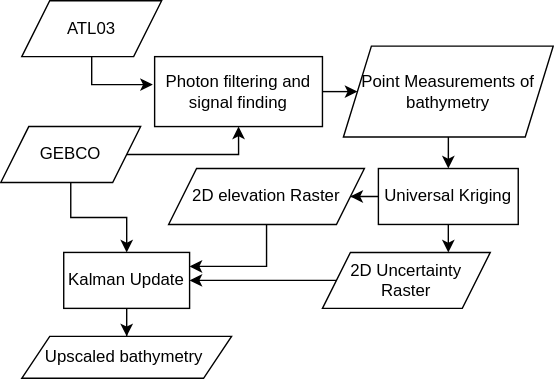
Above: document/figures/drawio/Methodology_overview.drawio.svg in mlinds/thesis (draw.io), before the change. Source tidied: cells renumbered, new cells last; positions are measured from the earlier drawing's top-left corner, leaving out a move shared by most shapes. The source it was exported from:
```xml
<mxGraphModel>
  <root>
    <mxCell id="0" />
    <mxCell id="1" parent="0" />
    <mxCell id="2" style="edgeStyle=orthogonalEdgeStyle;rounded=0;jettySize=auto;html=1;entryX=-0.011;entryY=0.4;entryDx=0;entryDy=0;entryPerimeter=0;" parent="1" edge="1" source="3" target="8">
      <mxGeometry relative="1" as="geometry" />
    </mxCell>
    <mxCell id="3" value="ATL03" style="shape=parallelogram;perimeter=parallelogramPerimeter;whiteSpace=wrap;html=1;fixedSize=1;fontFamily=Helvetica;fontSize=12;fontColor=default;align=center;strokeColor=default;fillColor=default;" parent="1" vertex="1">
      <mxGeometry x="15" width="100" height="40" as="geometry" />
    </mxCell>
    <mxCell id="4" style="edgeStyle=orthogonalEdgeStyle;rounded=0;jettySize=auto;html=1;entryX=0.5;entryY=1;entryDx=0;entryDy=0;" parent="1" edge="1" source="6" target="8">
      <mxGeometry relative="1" as="geometry" />
    </mxCell>
    <mxCell id="5" style="edgeStyle=orthogonalEdgeStyle;rounded=0;jettySize=auto;html=1;" parent="1" edge="1" source="6" target="19">
      <mxGeometry relative="1" as="geometry" />
    </mxCell>
    <mxCell id="6" value="GEBCO" style="shape=parallelogram;perimeter=parallelogramPerimeter;whiteSpace=wrap;html=1;fixedSize=1;fontFamily=Helvetica;fontSize=12;fontColor=default;align=center;strokeColor=default;fillColor=default;" parent="1" vertex="1">
      <mxGeometry y="90" width="100" height="40" as="geometry" />
    </mxCell>
    <mxCell id="7" style="edgeStyle=orthogonalEdgeStyle;rounded=0;jettySize=auto;html=1;exitX=1;exitY=0.5;exitDx=0;exitDy=0;entryX=0;entryY=0.5;entryDx=0;entryDy=0;" parent="1" edge="1" source="8" target="13">
      <mxGeometry relative="1" as="geometry" />
    </mxCell>
    <mxCell id="8" value="Photon filtering and signal finding" style="rounded=0;whiteSpace=wrap;html=1;fontFamily=Helvetica;fontSize=12;fontColor=default;align=center;strokeColor=default;fillColor=default;" parent="1" vertex="1">
      <mxGeometry x="110" y="40" width="120" height="50" as="geometry" />
    </mxCell>
    <mxCell id="9" style="edgeStyle=orthogonalEdgeStyle;rounded=0;jettySize=auto;html=1;exitX=0;exitY=0.5;exitDx=0;exitDy=0;" parent="1" edge="1" source="11" target="15">
      <mxGeometry relative="1" as="geometry" />
    </mxCell>
    <mxCell id="10" style="edgeStyle=orthogonalEdgeStyle;rounded=0;jettySize=auto;html=1;exitX=0.5;exitY=1;exitDx=0;exitDy=0;entryX=0.75;entryY=0;entryDx=0;entryDy=0;" parent="1" edge="1" source="11" target="17">
      <mxGeometry relative="1" as="geometry" />
    </mxCell>
    <mxCell id="11" value="Universal Kriging" style="rounded=0;whiteSpace=wrap;html=1;fontFamily=Helvetica;fontSize=12;fontColor=default;align=center;strokeColor=default;fillColor=default;" parent="1" vertex="1">
      <mxGeometry x="270" y="120" width="100" height="40" as="geometry" />
    </mxCell>
    <mxCell id="12" style="edgeStyle=orthogonalEdgeStyle;rounded=0;jettySize=auto;html=1;entryX=0.5;entryY=0;entryDx=0;entryDy=0;" parent="1" edge="1" source="13" target="11">
      <mxGeometry relative="1" as="geometry" />
    </mxCell>
    <mxCell id="13" value="Point Measurements of bathymetry" style="shape=parallelogram;perimeter=parallelogramPerimeter;whiteSpace=wrap;html=1;fixedSize=1;fontFamily=Helvetica;fontSize=12;fontColor=default;align=center;strokeColor=default;fillColor=default;" parent="1" vertex="1">
      <mxGeometry x="245" y="32.5" width="150" height="65" as="geometry" />
    </mxCell>
    <mxCell id="14" style="edgeStyle=orthogonalEdgeStyle;rounded=0;jettySize=auto;html=1;entryX=1;entryY=0.25;entryDx=0;entryDy=0;" parent="1" edge="1" source="15" target="19">
      <mxGeometry relative="1" as="geometry" />
    </mxCell>
    <mxCell id="15" value="2D elevation Raster" style="shape=parallelogram;perimeter=parallelogramPerimeter;whiteSpace=wrap;html=1;fixedSize=1;fontFamily=Helvetica;fontSize=12;fontColor=default;align=center;strokeColor=default;fillColor=default;" parent="1" vertex="1">
      <mxGeometry x="120" y="120" width="140" height="40" as="geometry" />
    </mxCell>
    <mxCell id="16" style="edgeStyle=orthogonalEdgeStyle;rounded=0;jettySize=auto;html=1;exitX=0;exitY=0.5;exitDx=0;exitDy=0;entryX=1;entryY=0.5;entryDx=0;entryDy=0;" parent="1" edge="1" source="17" target="19">
      <mxGeometry relative="1" as="geometry" />
    </mxCell>
    <mxCell id="17" value="2D Uncertainty Raster" style="shape=parallelogram;perimeter=parallelogramPerimeter;whiteSpace=wrap;html=1;fixedSize=1;fontFamily=Helvetica;fontSize=12;fontColor=default;align=center;strokeColor=default;fillColor=default;" parent="1" vertex="1">
      <mxGeometry x="230" y="180" width="120" height="40" as="geometry" />
    </mxCell>
    <mxCell id="18" style="edgeStyle=orthogonalEdgeStyle;rounded=0;jettySize=auto;html=1;entryX=0.5;entryY=0;entryDx=0;entryDy=0;" parent="1" edge="1" source="19" target="20">
      <mxGeometry relative="1" as="geometry" />
    </mxCell>
    <mxCell id="19" value="Kalman Update" style="rounded=0;whiteSpace=wrap;html=1;fontFamily=Helvetica;fontSize=12;fontColor=default;align=center;strokeColor=default;fillColor=default;" parent="1" vertex="1">
      <mxGeometry x="45" y="180" width="90" height="40" as="geometry" />
    </mxCell>
    <mxCell id="20" value="Upscaled bathymetry&amp;nbsp;" style="shape=parallelogram;perimeter=parallelogramPerimeter;whiteSpace=wrap;html=1;fixedSize=1;fontFamily=Helvetica;fontSize=12;fontColor=default;align=center;strokeColor=default;fillColor=default;" parent="1" vertex="1">
      <mxGeometry x="15" y="240" width="150" height="30" as="geometry" />
    </mxCell>
  </root>
</mxGraphModel>
```
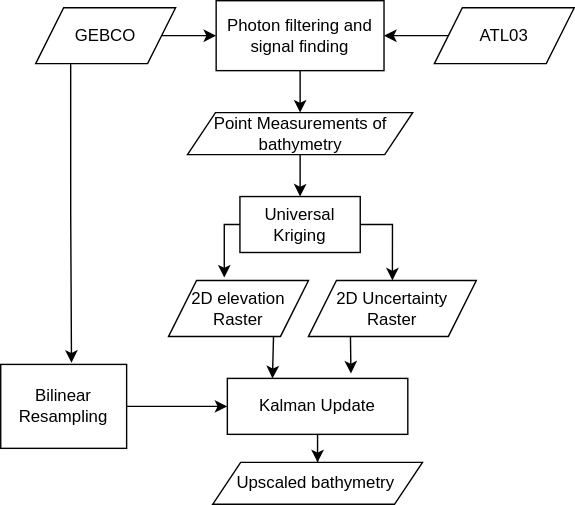
After the change.

Diff of the diagram source:
```diff
@@ -2,62 +2,68 @@
   <root>
     <mxCell id="0" />
     <mxCell id="1" parent="0" />
-    <mxCell id="2" style="edgeStyle=orthogonalEdgeStyle;rounded=0;jettySize=auto;html=1;entryX=-0.011;entryY=0.4;entryDx=0;entryDy=0;entryPerimeter=0;" parent="1" edge="1" source="3" target="8">
+    <mxCell id="2" style="edgeStyle=orthogonalEdgeStyle;rounded=0;jettySize=auto;html=1;" parent="1" edge="1" source="3" target="8">
       <mxGeometry relative="1" as="geometry" />
     </mxCell>
     <mxCell id="3" value="ATL03" style="shape=parallelogram;perimeter=parallelogramPerimeter;whiteSpace=wrap;html=1;fixedSize=1;fontFamily=Helvetica;fontSize=12;fontColor=default;align=center;strokeColor=default;fillColor=default;" parent="1" vertex="1">
-      <mxGeometry x="15" width="100" height="40" as="geometry" />
+      <mxGeometry x="430" y="45" width="100" height="40" as="geometry" />
     </mxCell>
-    <mxCell id="4" style="edgeStyle=orthogonalEdgeStyle;rounded=0;jettySize=auto;html=1;entryX=0.5;entryY=1;entryDx=0;entryDy=0;" parent="1" edge="1" source="6" target="8">
+    <mxCell id="4" style="edgeStyle=orthogonalEdgeStyle;rounded=0;jettySize=auto;html=1;" parent="1" edge="1" source="6" target="8">
       <mxGeometry relative="1" as="geometry" />
     </mxCell>
-    <mxCell id="5" style="edgeStyle=orthogonalEdgeStyle;rounded=0;jettySize=auto;html=1;" parent="1" edge="1" source="6" target="19">
-      <mxGeometry relative="1" as="geometry" />
-    </mxCell>
+    <mxCell id="21" style="edgeStyle=orthogonalEdgeStyle;rounded=0;jettySize=auto;html=1;exitX=0.25;exitY=1;exitDx=0;exitDy=0;entryX=0.562;entryY=-0.019;entryDx=0;entryDy=0;entryPerimeter=0;" parent="1" edge="1" source="6" target="23">
+      <mxGeometry relative="1" as="geometry" />
+    </mxCell>
     <mxCell id="6" value="GEBCO" style="shape=parallelogram;perimeter=parallelogramPerimeter;whiteSpace=wrap;html=1;fixedSize=1;fontFamily=Helvetica;fontSize=12;fontColor=default;align=center;strokeColor=default;fillColor=default;" parent="1" vertex="1">
-      <mxGeometry y="90" width="100" height="40" as="geometry" />
+      <mxGeometry x="145" y="45" width="100" height="40" as="geometry" />
     </mxCell>
-    <mxCell id="7" style="edgeStyle=orthogonalEdgeStyle;rounded=0;jettySize=auto;html=1;exitX=1;exitY=0.5;exitDx=0;exitDy=0;entryX=0;entryY=0.5;entryDx=0;entryDy=0;" parent="1" edge="1" source="8" target="13">
+    <mxCell id="7" style="edgeStyle=orthogonalEdgeStyle;rounded=0;jettySize=auto;html=1;" parent="1" edge="1" source="8" target="13">
       <mxGeometry relative="1" as="geometry" />
     </mxCell>
     <mxCell id="8" value="Photon filtering and signal finding" style="rounded=0;whiteSpace=wrap;html=1;fontFamily=Helvetica;fontSize=12;fontColor=default;align=center;strokeColor=default;fillColor=default;" parent="1" vertex="1">
-      <mxGeometry x="110" y="40" width="120" height="50" as="geometry" />
+      <mxGeometry x="274" y="40" width="120" height="50" as="geometry" />
     </mxCell>
+    <mxCell id="10" style="edgeStyle=orthogonalEdgeStyle;rounded=0;jettySize=auto;html=1;exitX=1;exitY=0.5;exitDx=0;exitDy=0;entryX=0.5;entryY=0;entryDx=0;entryDy=0;" parent="1" edge="1" source="11" target="17">
+      <mxGeometry relative="1" as="geometry" />
+    </mxCell>
-    <mxCell id="9" style="edgeStyle=orthogonalEdgeStyle;rounded=0;jettySize=auto;html=1;exitX=0;exitY=0.5;exitDx=0;exitDy=0;" parent="1" edge="1" source="11" target="15">
+    <mxCell id="9" style="edgeStyle=orthogonalEdgeStyle;rounded=0;jettySize=auto;html=1;exitX=0;exitY=0.5;exitDx=0;exitDy=0;entryX=0.398;entryY=-0.051;entryDx=0;entryDy=0;entryPerimeter=0;" parent="1" edge="1" source="11" target="15">
       <mxGeometry relative="1" as="geometry" />
     </mxCell>
-    <mxCell id="10" style="edgeStyle=orthogonalEdgeStyle;rounded=0;jettySize=auto;html=1;exitX=0.5;exitY=1;exitDx=0;exitDy=0;entryX=0.75;entryY=0;entryDx=0;entryDy=0;" parent="1" edge="1" source="11" target="17">
-      <mxGeometry relative="1" as="geometry" />
-    </mxCell>
     <mxCell id="11" value="Universal Kriging" style="rounded=0;whiteSpace=wrap;html=1;fontFamily=Helvetica;fontSize=12;fontColor=default;align=center;strokeColor=default;fillColor=default;" parent="1" vertex="1">
-      <mxGeometry x="270" y="120" width="100" height="40" as="geometry" />
+      <mxGeometry x="291" y="180" width="86" height="40" as="geometry" />
     </mxCell>
     <mxCell id="12" style="edgeStyle=orthogonalEdgeStyle;rounded=0;jettySize=auto;html=1;entryX=0.5;entryY=0;entryDx=0;entryDy=0;" parent="1" edge="1" source="13" target="11">
       <mxGeometry relative="1" as="geometry" />
     </mxCell>
     <mxCell id="13" value="Point Measurements of bathymetry" style="shape=parallelogram;perimeter=parallelogramPerimeter;whiteSpace=wrap;html=1;fixedSize=1;fontFamily=Helvetica;fontSize=12;fontColor=default;align=center;strokeColor=default;fillColor=default;" parent="1" vertex="1">
-      <mxGeometry x="245" y="32.5" width="150" height="65" as="geometry" />
+      <mxGeometry x="253.5" y="120" width="161" height="30" as="geometry" />
     </mxCell>
-    <mxCell id="14" style="edgeStyle=orthogonalEdgeStyle;rounded=0;jettySize=auto;html=1;entryX=1;entryY=0.25;entryDx=0;entryDy=0;" parent="1" edge="1" source="15" target="19">
+    <mxCell id="14" style="edgeStyle=orthogonalEdgeStyle;rounded=0;jettySize=auto;html=1;exitX=0.75;exitY=1;exitDx=0;exitDy=0;entryX=0.25;entryY=0;entryDx=0;entryDy=0;" parent="1" edge="1" source="15" target="19">
       <mxGeometry relative="1" as="geometry" />
     </mxCell>
     <mxCell id="15" value="2D elevation Raster" style="shape=parallelogram;perimeter=parallelogramPerimeter;whiteSpace=wrap;html=1;fixedSize=1;fontFamily=Helvetica;fontSize=12;fontColor=default;align=center;strokeColor=default;fillColor=default;" parent="1" vertex="1">
-      <mxGeometry x="120" y="120" width="140" height="40" as="geometry" />
+      <mxGeometry x="240" y="240" width="100" height="40" as="geometry" />
     </mxCell>
-    <mxCell id="16" style="edgeStyle=orthogonalEdgeStyle;rounded=0;jettySize=auto;html=1;exitX=0;exitY=0.5;exitDx=0;exitDy=0;entryX=1;entryY=0.5;entryDx=0;entryDy=0;" parent="1" edge="1" source="17" target="19">
+    <mxCell id="16" style="edgeStyle=orthogonalEdgeStyle;rounded=0;jettySize=auto;html=1;exitX=0.25;exitY=1;exitDx=0;exitDy=0;entryX=0.685;entryY=-0.086;entryDx=0;entryDy=0;entryPerimeter=0;" parent="1" edge="1" source="17" target="19">
       <mxGeometry relative="1" as="geometry" />
     </mxCell>
     <mxCell id="17" value="2D Uncertainty Raster" style="shape=parallelogram;perimeter=parallelogramPerimeter;whiteSpace=wrap;html=1;fixedSize=1;fontFamily=Helvetica;fontSize=12;fontColor=default;align=center;strokeColor=default;fillColor=default;" parent="1" vertex="1">
-      <mxGeometry x="230" y="180" width="120" height="40" as="geometry" />
+      <mxGeometry x="340" y="240" width="120" height="40" as="geometry" />
     </mxCell>
     <mxCell id="18" style="edgeStyle=orthogonalEdgeStyle;rounded=0;jettySize=auto;html=1;entryX=0.5;entryY=0;entryDx=0;entryDy=0;" parent="1" edge="1" source="19" target="20">
       <mxGeometry relative="1" as="geometry" />
     </mxCell>
     <mxCell id="19" value="Kalman Update" style="rounded=0;whiteSpace=wrap;html=1;fontFamily=Helvetica;fontSize=12;fontColor=default;align=center;strokeColor=default;fillColor=default;" parent="1" vertex="1">
-      <mxGeometry x="45" y="180" width="90" height="40" as="geometry" />
+      <mxGeometry x="282" y="310" width="129" height="40" as="geometry" />
     </mxCell>
     <mxCell id="20" value="Upscaled bathymetry&amp;nbsp;" style="shape=parallelogram;perimeter=parallelogramPerimeter;whiteSpace=wrap;html=1;fixedSize=1;fontFamily=Helvetica;fontSize=12;fontColor=default;align=center;strokeColor=default;fillColor=default;" parent="1" vertex="1">
-      <mxGeometry x="15" y="240" width="150" height="30" as="geometry" />
+      <mxGeometry x="271.5" y="370" width="150" height="30" as="geometry" />
     </mxCell>
+    <mxCell id="22" style="edgeStyle=orthogonalEdgeStyle;rounded=0;jettySize=auto;html=1;" parent="1" edge="1" source="23" target="19">
+      <mxGeometry relative="1" as="geometry" />
+    </mxCell>
+    <mxCell id="23" value="Bilinear Resampling" style="rounded=0;whiteSpace=wrap;html=1;" parent="1" vertex="1">
+      <mxGeometry x="120" y="300" width="90" height="60" as="geometry" />
+    </mxCell>
   </root>
 </mxGraphModel>
```
